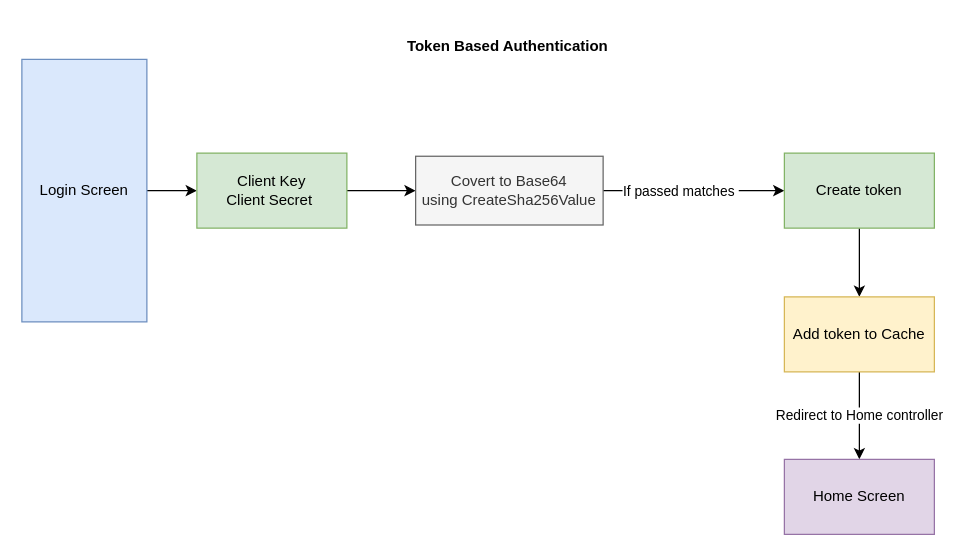
This is Untitled Diagram.drawio from kiran-krishnamurthy/kiran, a draw.io file, before an edit. Source tidied: cells renumbered, new cells numbered last; positions are measured from the earlier drawing's top-left corner, leaving out a move shared by most shapes. Both pictures are drawn from the tidied source at 125%, with x=0, y=0 at pixel (21, 34).
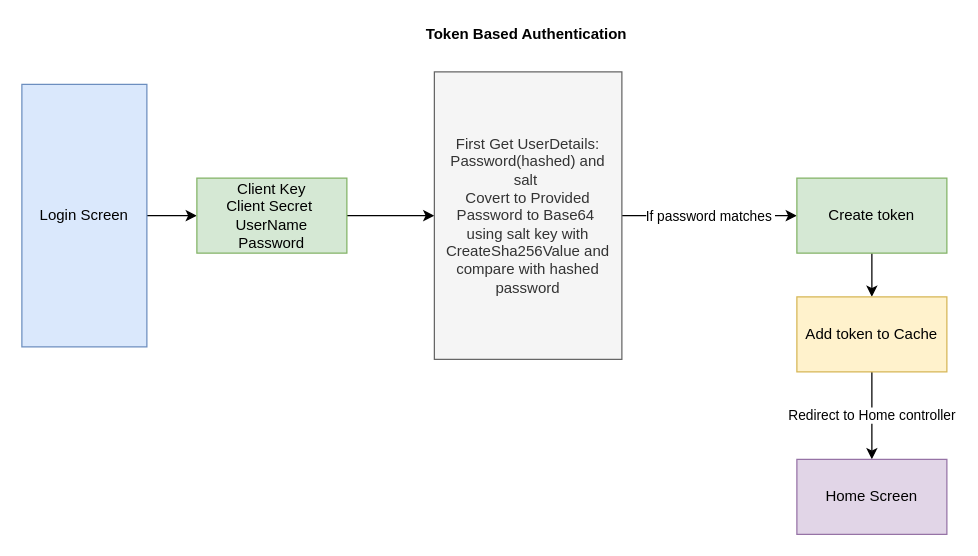
Above is the later version.

What changed in the source:
```diff
@@
 <mxGraphModel>
   <root>
     <mxCell id="0" />
     <mxCell id="1" parent="0" />
     <mxCell id="2" style="edgeStyle=orthogonalEdgeStyle;rounded=0;jettySize=auto;html=1;" parent="1" edge="1" source="3" target="5">
       <mxGeometry relative="1" as="geometry" />
     </mxCell>
     <mxCell id="3" value="Login Screen" style="rounded=0;whiteSpace=wrap;html=1;fillColor=#dae8fc;strokeColor=#6c8ebf;" parent="1" vertex="1">
-      <mxGeometry y="20" width="100" height="210" as="geometry" />
+      <mxGeometry y="40" width="100" height="210" as="geometry" />
     </mxCell>
     <mxCell id="4" style="edgeStyle=orthogonalEdgeStyle;rounded=0;jettySize=auto;html=1;" parent="1" edge="1" source="5" target="8">
       <mxGeometry relative="1" as="geometry" />
     </mxCell>
-    <mxCell id="5" value="Client Key&lt;br&gt;Client Secret&amp;nbsp;" style="rounded=0;whiteSpace=wrap;html=1;fillColor=#d5e8d4;strokeColor=#82b366;" parent="1" vertex="1">
-      <mxGeometry x="140" y="95" width="120" height="60" as="geometry" />
+    <mxCell id="5" value="Client Key&lt;br&gt;Client Secret&amp;nbsp;&lt;br&gt;UserName&lt;br&gt;Password" style="rounded=0;whiteSpace=wrap;html=1;fillColor=#d5e8d4;strokeColor=#82b366;" parent="1" vertex="1">
+      <mxGeometry x="140" y="115" width="120" height="60" as="geometry" />
     </mxCell>
     <mxCell id="6" style="edgeStyle=orthogonalEdgeStyle;rounded=0;jettySize=auto;html=1;" parent="1" edge="1" source="8" target="10">
       <mxGeometry relative="1" as="geometry" />
     </mxCell>
-    <mxCell id="7" value="If passed matches&amp;nbsp;" style="edgeLabel;html=1;align=center;verticalAlign=middle;" parent="6" vertex="1">
+    <mxCell id="7" value="If password matches&amp;nbsp;" style="edgeLabel;html=1;align=center;verticalAlign=middle;" parent="6" vertex="1">
       <mxGeometry x="-0.43" y="2" relative="1" as="geometry">
-        <mxPoint x="20" y="2" as="offset" />
+        <mxPoint x="30" y="2" as="offset" />
       </mxGeometry>
     </mxCell>
-    <mxCell id="8" value="Covert to Base64&lt;br&gt;using&amp;nbsp;CreateSha256Value" style="rounded=0;whiteSpace=wrap;html=1;fillColor=#f5f5f5;strokeColor=#666666;fontColor=#333333;" parent="1" vertex="1">
-      <mxGeometry x="315" y="97.5" width="150" height="55" as="geometry" />
+    <mxCell id="8" value="First Get UserDetails: Password(hashed) and salt&amp;nbsp;&lt;br&gt;Covert to Provided Password to Base64&amp;nbsp;&lt;br&gt;using salt key with CreateSha256Value and&lt;br&gt;compare with hashed password" style="rounded=0;whiteSpace=wrap;html=1;fillColor=#f5f5f5;strokeColor=#666666;fontColor=#333333;" parent="1" vertex="1">
+      <mxGeometry x="330" y="30" width="150" height="230" as="geometry" />
     </mxCell>
     <mxCell id="9" style="edgeStyle=orthogonalEdgeStyle;rounded=0;jettySize=auto;html=1;" parent="1" edge="1" source="10" target="12">
-      <mxGeometry relative="1" as="geometry" />
+      <mxGeometry relative="1" as="geometry">
+        <Array as="points">
+          <mxPoint x="680" y="200" />
+          <mxPoint x="680" y="200" />
+        </Array>
+      </mxGeometry>
     </mxCell>
     <mxCell id="10" value="Create token" style="rounded=0;whiteSpace=wrap;html=1;fillColor=#d5e8d4;strokeColor=#82b366;" parent="1" vertex="1">
-      <mxGeometry x="610" y="95" width="120" height="60" as="geometry" />
+      <mxGeometry x="620" y="115" width="120" height="60" as="geometry" />
     </mxCell>
     <mxCell id="11" value="Redirect to Home controller" style="edgeStyle=orthogonalEdgeStyle;rounded=0;jettySize=auto;html=1;" parent="1" edge="1" source="12" target="13">
       <mxGeometry relative="1" as="geometry" />
     </mxCell>
     <mxCell id="12" value="Add token to Cache" style="rounded=0;whiteSpace=wrap;html=1;fillColor=#fff2cc;strokeColor=#d6b656;" parent="1" vertex="1">
-      <mxGeometry x="610" y="210" width="120" height="60" as="geometry" />
+      <mxGeometry x="620" y="210" width="120" height="60" as="geometry" />
     </mxCell>
     <mxCell id="13" value="Home Screen" style="rounded=0;whiteSpace=wrap;html=1;fillColor=#e1d5e7;strokeColor=#9673a6;" parent="1" vertex="1">
-      <mxGeometry x="610" y="340" width="120" height="60" as="geometry" />
+      <mxGeometry x="620" y="340" width="120" height="60" as="geometry" />
     </mxCell>
     <mxCell id="14" value="&lt;b&gt;Token Based Authentication&amp;nbsp;&lt;/b&gt;" style="text;html=1;align=center;verticalAlign=middle;strokeColor=none;" parent="1" vertex="1">
-      <mxGeometry x="300" width="180" height="20" as="geometry" />
+      <mxGeometry x="315" y="-10" width="180" height="20" as="geometry" />
     </mxCell>
   </root>
 </mxGraphModel>
```
